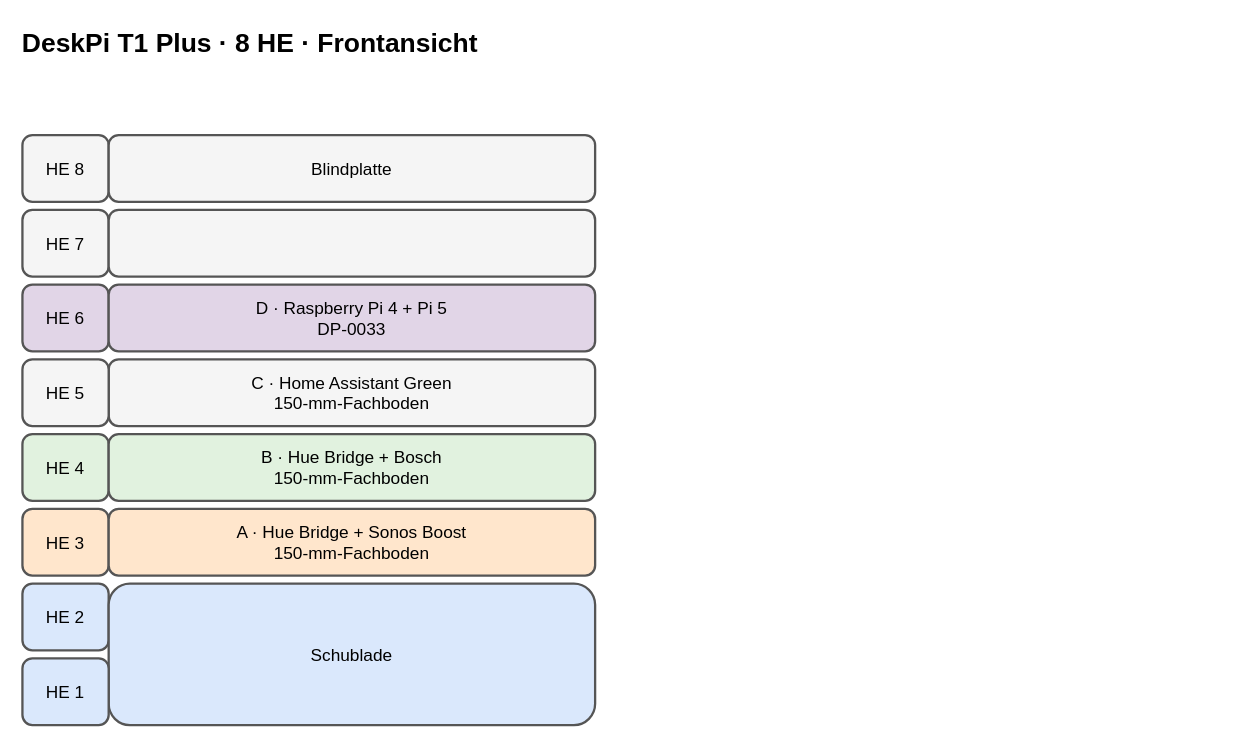
Earlier version of the draw.io diagram page "DeskPi 8 HE – Front" (1 of 4) of 10-zoll-rack-planung.drawio (tiptronic/diagrams). Source tidied: cells renumbered, new cells numbered last; positions are measured from the earlier drawing's top-left corner, leaving out a move shared by most shapes. Both pictures are drawn from the tidied source at 115%, with x=0, y=0 at pixel (20, 20).
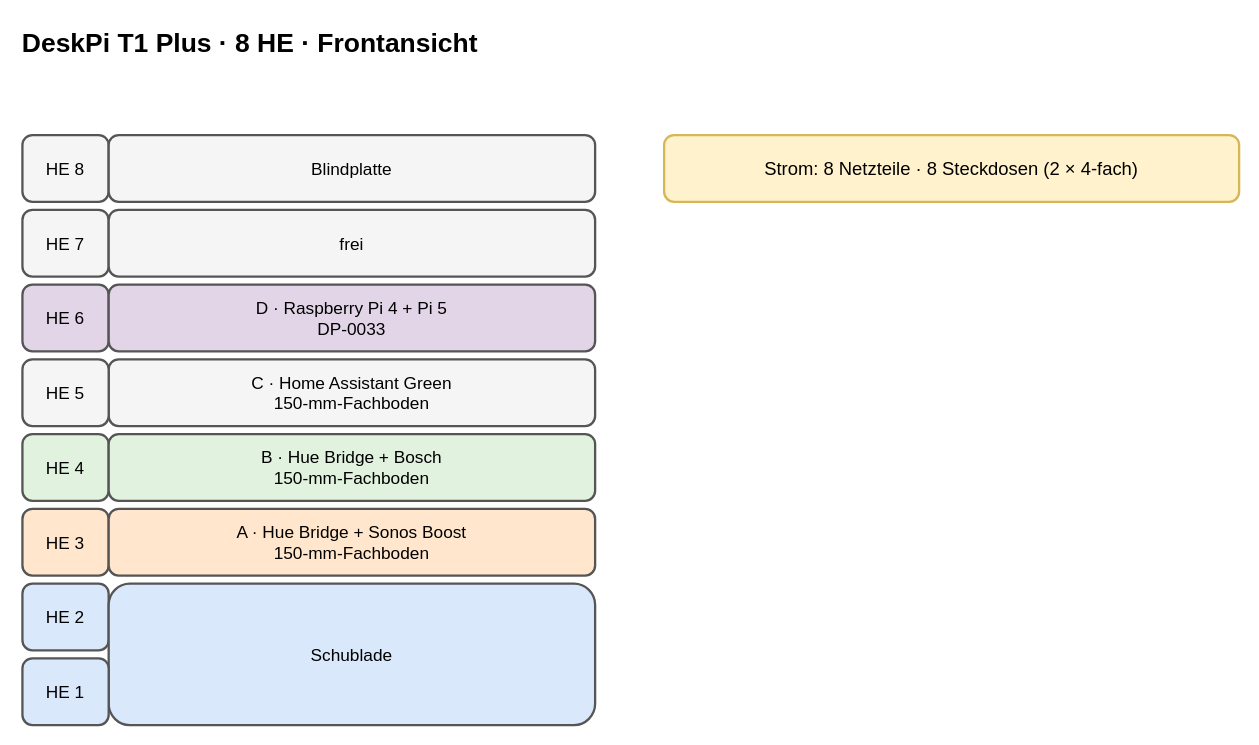
After the change.

The edit, as a diff of the source:
```diff
@@
 <mxGraphModel>
   <root>
     <mxCell id="0" />
     <mxCell id="1" parent="0" />
     <mxCell id="2" value="DeskPi T1 Plus · 8 HE · Frontansicht" style="text;html=1;align=left;verticalAlign=middle;whiteSpace=wrap;rounded=0;strokeColor=none;fillColor=none;fontSize=15;fontSize=23;fontStyle=1;" parent="1" vertex="1">
       <mxGeometry width="760" height="40" as="geometry" />
     </mxCell>
     <mxCell id="3" value="HE 8" style="rounded=1;whiteSpace=wrap;html=1;align=center;verticalAlign=middle;strokeWidth=2;fontSize=15;fillColor=#f5f5f5;strokeColor=#555555;" parent="1" vertex="1">
       <mxGeometry x="2" y="100" width="75" height="58" as="geometry" />
     </mxCell>
     <mxCell id="4" value="Blindplatte" style="rounded=1;whiteSpace=wrap;html=1;align=center;verticalAlign=middle;strokeWidth=2;fontSize=15;fillColor=#f5f5f5;strokeColor=#555555;" parent="1" vertex="1">
       <mxGeometry x="77" y="100" width="423" height="58" as="geometry" />
     </mxCell>
     <mxCell id="5" value="HE 7" style="rounded=1;whiteSpace=wrap;html=1;align=center;verticalAlign=middle;strokeWidth=2;fontSize=15;fillColor=#f5f5f5;strokeColor=#555555;" parent="1" vertex="1">
       <mxGeometry x="2" y="165" width="75" height="58" as="geometry" />
     </mxCell>
     <mxCell id="6" value="C · Home Assistant Green&#10;150-mm-Fachboden" style="rounded=1;whiteSpace=wrap;html=1;align=center;verticalAlign=middle;strokeWidth=2;fontSize=15;fillColor=#f5f5f5;strokeColor=#555555;" parent="1" vertex="1">
       <mxGeometry x="77" y="295" width="423" height="58" as="geometry" />
     </mxCell>
     <mxCell id="7" value="HE 6" style="rounded=1;whiteSpace=wrap;html=1;align=center;verticalAlign=middle;strokeWidth=2;fontSize=15;fillColor=#e1d5e7;strokeColor=#555555;" parent="1" vertex="1">
       <mxGeometry x="2" y="230" width="75" height="58" as="geometry" />
     </mxCell>
-    <mxCell id="8" style="rounded=1;whiteSpace=wrap;html=1;align=center;verticalAlign=middle;strokeWidth=2;fontSize=15;fillColor=#f5f5f5;strokeColor=#555555;" parent="1" vertex="1">
+    <mxCell id="8" value="frei" style="rounded=1;whiteSpace=wrap;html=1;align=center;verticalAlign=middle;strokeWidth=2;fontSize=15;fillColor=#f5f5f5;strokeColor=#555555;" parent="1" vertex="1">
       <mxGeometry x="77" y="165" width="423" height="58" as="geometry" />
     </mxCell>
     <mxCell id="9" value="HE 5" style="rounded=1;whiteSpace=wrap;html=1;align=center;verticalAlign=middle;strokeWidth=2;fontSize=15;fillColor=#f5f5f5;strokeColor=#555555;" parent="1" vertex="1">
       <mxGeometry x="2" y="295" width="75" height="58" as="geometry" />
     </mxCell>
     <mxCell id="10" value="D · Raspberry Pi 4 + Pi 5&#10;DP-0033" style="rounded=1;whiteSpace=wrap;html=1;align=center;verticalAlign=middle;strokeWidth=2;fontSize=15;fillColor=#e1d5e7;strokeColor=#555555;" parent="1" vertex="1">
       <mxGeometry x="77" y="230" width="423" height="58" as="geometry" />
     </mxCell>
     <mxCell id="11" value="HE 4" style="rounded=1;whiteSpace=wrap;html=1;align=center;verticalAlign=middle;strokeWidth=2;fontSize=15;fillColor=#e1f2df;strokeColor=#555555;" parent="1" vertex="1">
       <mxGeometry x="2" y="360" width="75" height="58" as="geometry" />
     </mxCell>
     <mxCell id="12" value="B · Hue Bridge + Bosch&#10;150-mm-Fachboden" style="rounded=1;whiteSpace=wrap;html=1;align=center;verticalAlign=middle;strokeWidth=2;fontSize=15;fillColor=#e1f2df;strokeColor=#555555;" parent="1" vertex="1">
       <mxGeometry x="77" y="360" width="423" height="58" as="geometry" />
     </mxCell>
     <mxCell id="13" value="HE 3" style="rounded=1;whiteSpace=wrap;html=1;align=center;verticalAlign=middle;strokeWidth=2;fontSize=15;fillColor=#ffe6cc;strokeColor=#555555;" parent="1" vertex="1">
       <mxGeometry x="2" y="425" width="75" height="58" as="geometry" />
     </mxCell>
     <mxCell id="14" value="HE 2" style="rounded=1;whiteSpace=wrap;html=1;align=center;verticalAlign=middle;strokeWidth=2;fontSize=15;fillColor=#dae8fc;strokeColor=#555555;" parent="1" vertex="1">
       <mxGeometry x="2" y="490" width="75" height="58" as="geometry" />
     </mxCell>
     <mxCell id="15" value="A · Hue Bridge + Sonos Boost&#10;150-mm-Fachboden" style="rounded=1;whiteSpace=wrap;html=1;align=center;verticalAlign=middle;strokeWidth=2;fontSize=15;fillColor=#ffe6cc;strokeColor=#555555;" parent="1" vertex="1">
       <mxGeometry x="77" y="425" width="423" height="58" as="geometry" />
     </mxCell>
     <mxCell id="16" value="Schublade" style="rounded=1;whiteSpace=wrap;html=1;align=center;verticalAlign=middle;strokeWidth=2;fontSize=15;fillColor=#dae8fc;strokeColor=#555555;" parent="1" vertex="1">
       <mxGeometry x="77" y="490" width="423" height="123" as="geometry" />
     </mxCell>
     <mxCell id="17" value="HE 1" style="rounded=1;whiteSpace=wrap;html=1;align=center;verticalAlign=middle;strokeWidth=2;fontSize=15;fillColor=#dae8fc;strokeColor=#555555;" parent="1" vertex="1">
       <mxGeometry x="2" y="555" width="75" height="58" as="geometry" />
     </mxCell>
+    <mxCell id="18" value="Strom: 8 Netzteile · 8 Steckdosen (2 × 4-fach)" style="rounded=1;whiteSpace=wrap;html=1;align=center;verticalAlign=middle;strokeWidth=2;fontSize=16;fillColor=#fff2cc;strokeColor=#d6b656;" parent="1" vertex="1">
+      <mxGeometry x="560" y="100" width="500" height="58" as="geometry" />
+    </mxCell>
   </root>
 </mxGraphModel>
```
